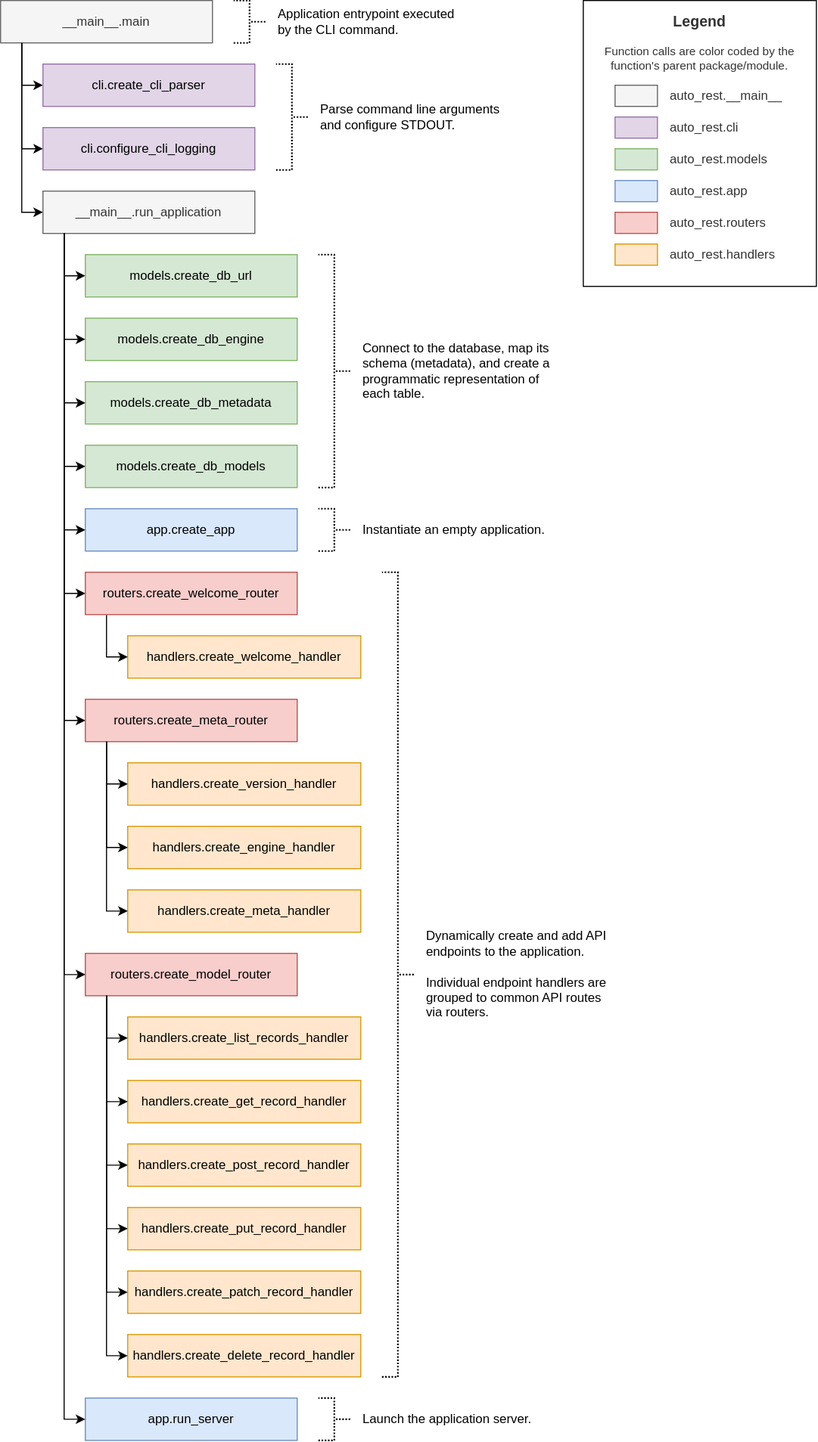
Before: docs/_static/img/architecture.svg, a diagram exported from draw.io (Better-HPC/auto-rest). Source tidied: cells renumbered, new cells last; positions are measured from the earlier drawing's top-left corner, leaving out a move shared by most shapes.
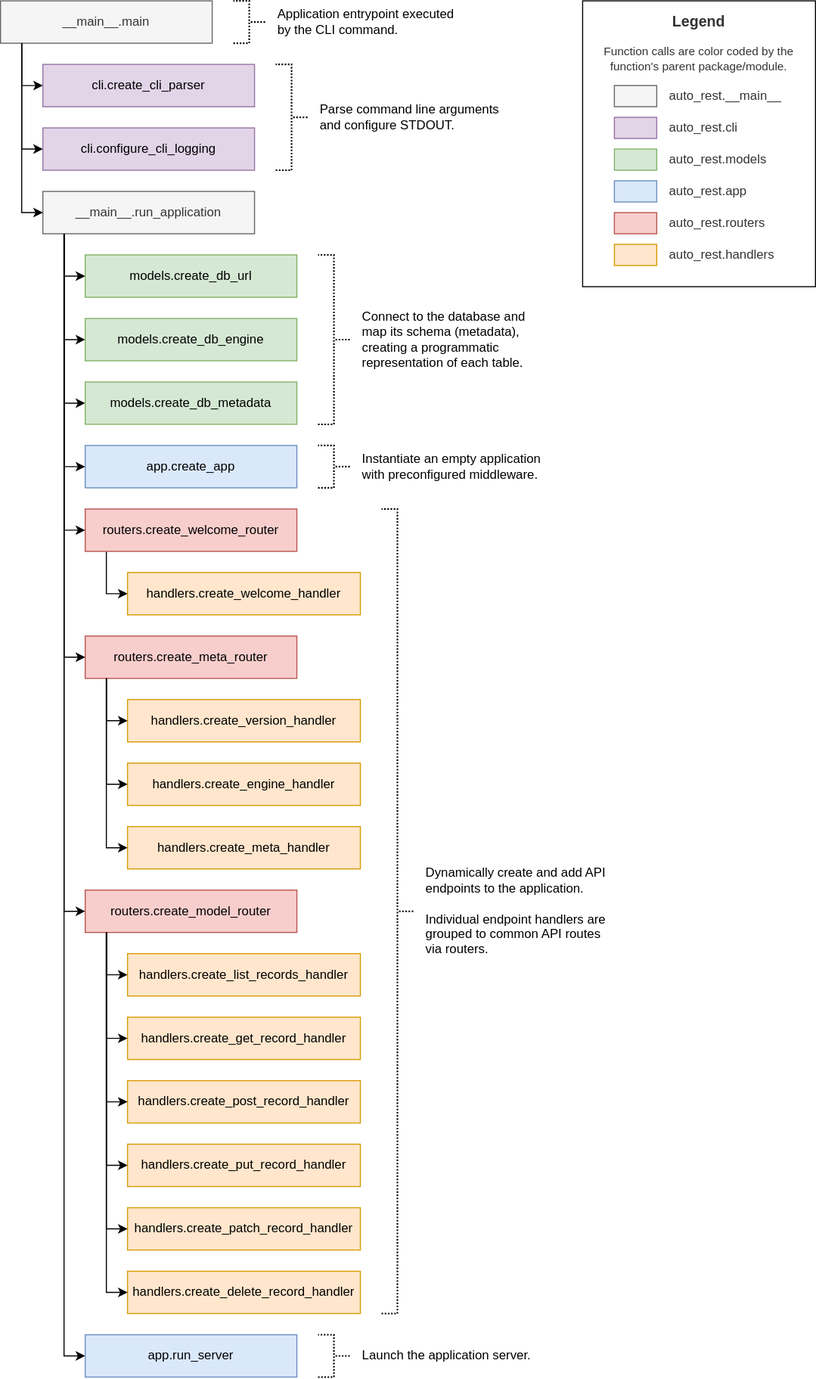
The same file after the commit.

Diff of the diagram source:
```diff
@@ -36,18 +36,12 @@
     <mxCell id="9" value="models.create_db_metadata" style="whiteSpace=wrap;html=1;rounded=0;fillColor=#d5e8d4;strokeColor=#82b366;" parent="1" vertex="1">
       <mxGeometry x="80" y="360" width="200" height="40" as="geometry" />
     </mxCell>
-    <mxCell id="10" value="models.create_db_models" style="whiteSpace=wrap;html=1;rounded=0;fillColor=#d5e8d4;strokeColor=#82b366;" parent="1" vertex="1">
-      <mxGeometry x="80" y="420" width="200" height="40" as="geometry" />
-    </mxCell>
     <mxCell id="11" style="edgeStyle=orthogonalEdgeStyle;rounded=0;jettySize=auto;html=1;entryX=0;entryY=0.5;entryDx=0;entryDy=0;exitX=0.1;exitY=1.001;exitDx=0;exitDy=0;exitPerimeter=0;" parent="1" edge="1" source="4" target="8">
       <mxGeometry relative="1" as="geometry" />
     </mxCell>
     <mxCell id="12" style="edgeStyle=orthogonalEdgeStyle;rounded=0;jettySize=auto;html=1;entryX=0;entryY=0.5;entryDx=0;entryDy=0;exitX=0.1;exitY=1.001;exitDx=0;exitDy=0;exitPerimeter=0;" parent="1" edge="1" source="4" target="9">
       <mxGeometry relative="1" as="geometry" />
     </mxCell>
-    <mxCell id="13" style="edgeStyle=orthogonalEdgeStyle;rounded=0;jettySize=auto;html=1;entryX=0;entryY=0.5;entryDx=0;entryDy=0;exitX=0.1;exitY=1.001;exitDx=0;exitDy=0;exitPerimeter=0;" parent="1" edge="1" source="4" target="10">
-      <mxGeometry relative="1" as="geometry" />
-    </mxCell>
     <mxCell id="14" value="models.create_db_url" style="whiteSpace=wrap;html=1;rounded=0;fillColor=#d5e8d4;strokeColor=#82b366;" parent="1" vertex="1">
       <mxGeometry x="80" y="240" width="200" height="40" as="geometry" />
     </mxCell>
@@ -55,16 +49,16 @@
       <mxGeometry relative="1" as="geometry" />
     </mxCell>
     <mxCell id="16" value="app.create_app" style="whiteSpace=wrap;html=1;rounded=0;fillColor=#dae8fc;strokeColor=#6c8ebf;" parent="1" vertex="1">
-      <mxGeometry x="80" y="480" width="200" height="40" as="geometry" />
+      <mxGeometry x="80" y="420" width="200" height="40" as="geometry" />
     </mxCell>
     <mxCell id="17" value="app.run_server" style="whiteSpace=wrap;html=1;rounded=0;fillColor=#dae8fc;strokeColor=#6c8ebf;" parent="1" vertex="1">
-      <mxGeometry x="80" y="1320" width="200" height="40" as="geometry" />
+      <mxGeometry x="80" y="1260" width="200" height="40" as="geometry" />
     </mxCell>
     <mxCell id="18" style="strokeWidth=1.5;html=1;shape=mxgraph.flowchart.annotation_2;align=left;labelPosition=right;rotation=-180;strokeColor=#000000;fontColor=#333333;dashed=1;dashPattern=1 1;" parent="1" vertex="1">
-      <mxGeometry x="300" y="240" width="30" height="220" as="geometry" />
+      <mxGeometry x="300" y="240" width="30" height="160" as="geometry" />
     </mxCell>
-    <mxCell id="19" value="Connect to the database, map its schema (metadata), and create a programmatic representation of each table." style="text;html=1;align=left;verticalAlign=middle;whiteSpace=wrap;rounded=0;fontColor=#000000;" parent="1" vertex="1">
-      <mxGeometry x="340" y="310" width="180" height="80" as="geometry" />
+    <mxCell id="19" value="Connect to the database and map its schema (metadata), creating a programmatic representation of each table." style="text;html=1;align=left;verticalAlign=middle;whiteSpace=wrap;rounded=0;fontColor=#000000;" parent="1" vertex="1">
+      <mxGeometry x="340" y="280" width="180" height="80" as="geometry" />
     </mxCell>
     <mxCell id="20" style="strokeWidth=1.5;html=1;shape=mxgraph.flowchart.annotation_2;align=left;labelPosition=right;rotation=-180;strokeColor=#000000;fontColor=#333333;dashed=1;dashPattern=1 1;" parent="1" vertex="1">
       <mxGeometry x="260" y="60" width="30" height="100" as="geometry" />
@@ -73,34 +67,34 @@
       <mxGeometry x="300" y="80" width="180" height="60" as="geometry" />
     </mxCell>
     <mxCell id="22" value="routers.create_welcome_router" style="whiteSpace=wrap;html=1;rounded=0;fillColor=#f8cecc;strokeColor=#b85450;" parent="1" vertex="1">
-      <mxGeometry x="80" y="540" width="200" height="40" as="geometry" />
+      <mxGeometry x="80" y="480" width="200" height="40" as="geometry" />
     </mxCell>
     <mxCell id="23" value="handlers.create_welcome_handler" style="whiteSpace=wrap;html=1;rounded=0;fillColor=#ffe6cc;strokeColor=#d79b00;" parent="1" vertex="1">
-      <mxGeometry x="120" y="600" width="220" height="40" as="geometry" />
+      <mxGeometry x="120" y="540" width="220" height="40" as="geometry" />
     </mxCell>
     <mxCell id="24" value="handlers.create_version_handler" style="whiteSpace=wrap;html=1;rounded=0;fillColor=#ffe6cc;strokeColor=#d79b00;" parent="1" vertex="1">
-      <mxGeometry x="120" y="720" width="220" height="40" as="geometry" />
+      <mxGeometry x="120" y="660" width="220" height="40" as="geometry" />
     </mxCell>
     <mxCell id="25" value="handlers.create_meta_handler" style="whiteSpace=wrap;html=1;rounded=0;fillColor=#ffe6cc;strokeColor=#d79b00;" parent="1" vertex="1">
-      <mxGeometry x="120" y="840" width="220" height="40" as="geometry" />
+      <mxGeometry x="120" y="780" width="220" height="40" as="geometry" />
     </mxCell>
     <mxCell id="26" value="handlers.create_put_record_handler" style="whiteSpace=wrap;html=1;rounded=0;fillColor=#ffe6cc;strokeColor=#d79b00;" parent="1" vertex="1">
-      <mxGeometry x="120" y="1140" width="220" height="40" as="geometry" />
+      <mxGeometry x="120" y="1080" width="220" height="40" as="geometry" />
     </mxCell>
     <mxCell id="27" value="handlers.create_list_records_handler" style="whiteSpace=wrap;html=1;rounded=0;fillColor=#ffe6cc;strokeColor=#d79b00;" parent="1" vertex="1">
-      <mxGeometry x="120" y="960" width="220" height="40" as="geometry" />
+      <mxGeometry x="120" y="900" width="220" height="40" as="geometry" />
     </mxCell>
     <mxCell id="28" value="handlers.create_get_record_handler" style="whiteSpace=wrap;html=1;rounded=0;fillColor=#ffe6cc;strokeColor=#d79b00;" parent="1" vertex="1">
-      <mxGeometry x="120" y="1020" width="220" height="40" as="geometry" />
+      <mxGeometry x="120" y="960" width="220" height="40" as="geometry" />
     </mxCell>
     <mxCell id="29" value="handlers.create_post_record_handler" style="whiteSpace=wrap;html=1;rounded=0;fillColor=#ffe6cc;strokeColor=#d79b00;" parent="1" vertex="1">
-      <mxGeometry x="120" y="1080" width="220" height="40" as="geometry" />
+      <mxGeometry x="120" y="1020" width="220" height="40" as="geometry" />
     </mxCell>
     <mxCell id="30" value="handlers.create_delete_record_handler" style="whiteSpace=wrap;html=1;rounded=0;fillColor=#ffe6cc;strokeColor=#d79b00;" parent="1" vertex="1">
-      <mxGeometry x="120" y="1260" width="220" height="40" as="geometry" />
+      <mxGeometry x="120" y="1200" width="220" height="40" as="geometry" />
     </mxCell>
     <mxCell id="31" value="handlers.create_patch_record_handler" style="whiteSpace=wrap;html=1;rounded=0;fillColor=#ffe6cc;strokeColor=#d79b00;" parent="1" vertex="1">
-      <mxGeometry x="120" y="1200" width="220" height="40" as="geometry" />
+      <mxGeometry x="120" y="1140" width="220" height="40" as="geometry" />
     </mxCell>
     <mxCell id="32" style="edgeStyle=orthogonalEdgeStyle;rounded=0;jettySize=auto;html=1;entryX=0;entryY=0.5;entryDx=0;entryDy=0;" parent="1" edge="1" target="5">
       <mxGeometry relative="1" as="geometry">
@@ -123,31 +117,31 @@
       <mxGeometry x="260" width="180" height="40" as="geometry" />
     </mxCell>
     <mxCell id="37" value="routers.create_model_router" style="whiteSpace=wrap;html=1;rounded=0;fillColor=#f8cecc;strokeColor=#b85450;" parent="1" vertex="1">
-      <mxGeometry x="80" y="900" width="200" height="40" as="geometry" />
+      <mxGeometry x="80" y="840" width="200" height="40" as="geometry" />
     </mxCell>
     <mxCell id="38" value="routers.create_meta_router" style="whiteSpace=wrap;html=1;rounded=0;fillColor=#f8cecc;strokeColor=#b85450;" parent="1" vertex="1">
-      <mxGeometry x="80" y="660" width="200" height="40" as="geometry" />
+      <mxGeometry x="80" y="600" width="200" height="40" as="geometry" />
     </mxCell>
     <mxCell id="39" value="handlers.create_engine_handler" style="whiteSpace=wrap;html=1;rounded=0;fillColor=#ffe6cc;strokeColor=#d79b00;" parent="1" vertex="1">
-      <mxGeometry x="120" y="780" width="220" height="40" as="geometry" />
+      <mxGeometry x="120" y="720" width="220" height="40" as="geometry" />
     </mxCell>
     <mxCell id="40" style="strokeWidth=1.5;html=1;shape=mxgraph.flowchart.annotation_2;align=left;labelPosition=right;rotation=-180;strokeColor=#000000;fontColor=#333333;dashed=1;dashPattern=1 1;" parent="1" vertex="1">
-      <mxGeometry x="300" y="480" width="30" height="40" as="geometry" />
+      <mxGeometry x="300" y="420" width="30" height="40" as="geometry" />
     </mxCell>
-    <mxCell id="41" value="Instantiate an empty application." style="text;html=1;align=left;verticalAlign=middle;whiteSpace=wrap;rounded=0;fontColor=#000000;" parent="1" vertex="1">
-      <mxGeometry x="340" y="480" width="180" height="40" as="geometry" />
+    <mxCell id="41" value="&lt;div&gt;Instantiate an empty application&lt;/div&gt;&lt;div&gt;with preconfigured middleware.&lt;br&gt;&lt;/div&gt;" style="text;html=1;align=left;verticalAlign=middle;whiteSpace=wrap;rounded=0;fontColor=#000000;" parent="1" vertex="1">
+      <mxGeometry x="340" y="420" width="180" height="40" as="geometry" />
     </mxCell>
     <mxCell id="42" style="strokeWidth=1.5;html=1;shape=mxgraph.flowchart.annotation_2;align=left;labelPosition=right;rotation=-180;strokeColor=light-dark(#000000, #ededed);fontColor=#000000;dashed=1;dashPattern=1 1;" parent="1" vertex="1">
-      <mxGeometry x="360" y="540" width="30" height="760" as="geometry" />
+      <mxGeometry x="360" y="480" width="30" height="760" as="geometry" />
     </mxCell>
     <mxCell id="43" value="Dynamically create and add API endpoints to the application.&lt;br&gt;&lt;br&gt;Individual endpoint handlers are grouped to common API routes via routers." style="text;html=1;align=left;verticalAlign=middle;whiteSpace=wrap;rounded=0;fontColor=#000000;" parent="1" vertex="1">
-      <mxGeometry x="400" y="890" width="180" height="60" as="geometry" />
+      <mxGeometry x="400" y="830" width="180" height="60" as="geometry" />
     </mxCell>
     <mxCell id="44" style="strokeWidth=1.5;html=1;shape=mxgraph.flowchart.annotation_2;align=left;labelPosition=right;rotation=-180;strokeColor=#000000;fontColor=#333333;dashed=1;dashPattern=1 1;" parent="1" vertex="1">
-      <mxGeometry x="300" y="1320" width="30" height="40" as="geometry" />
+      <mxGeometry x="300" y="1260" width="30" height="40" as="geometry" />
     </mxCell>
     <mxCell id="45" value="Launch the application server." style="text;html=1;align=left;verticalAlign=middle;whiteSpace=wrap;rounded=0;fontColor=#000000;" parent="1" vertex="1">
-      <mxGeometry x="340" y="1320" width="180" height="40" as="geometry" />
+      <mxGeometry x="340" y="1260" width="180" height="40" as="geometry" />
     </mxCell>
     <mxCell id="46" style="rounded=0;whiteSpace=wrap;html=1;" parent="1" vertex="1">
       <mxGeometry x="550" width="220" height="270" as="geometry" />
@@ -198,47 +192,47 @@
       <mxGeometry relative="1" as="geometry">
         <mxPoint x="60" y="220" as="sourcePoint" />
         <Array as="points">
-          <mxPoint x="60" y="500" />
+          <mxPoint x="60" y="440" />
         </Array>
       </mxGeometry>
     </mxCell>
     <mxCell id="62" style="edgeStyle=orthogonalEdgeStyle;rounded=0;jettySize=auto;html=1;entryX=0;entryY=0.5;entryDx=0;entryDy=0;" parent="1" edge="1" target="28">
       <mxGeometry relative="1" as="geometry">
-        <mxPoint x="100" y="940" as="sourcePoint" />
+        <mxPoint x="100" y="880" as="sourcePoint" />
         <Array as="points">
-          <mxPoint x="100" y="1040" />
+          <mxPoint x="100" y="980" />
         </Array>
       </mxGeometry>
     </mxCell>
     <mxCell id="63" style="edgeStyle=orthogonalEdgeStyle;rounded=0;jettySize=auto;html=1;entryX=0;entryY=0.5;entryDx=0;entryDy=0;" parent="1" edge="1" target="29">
       <mxGeometry relative="1" as="geometry">
-        <mxPoint x="100" y="940" as="sourcePoint" />
+        <mxPoint x="100" y="880" as="sourcePoint" />
         <Array as="points">
-          <mxPoint x="100" y="1100" />
+          <mxPoint x="100" y="1040" />
         </Array>
       </mxGeometry>
     </mxCell>
     <mxCell id="64" style="edgeStyle=orthogonalEdgeStyle;rounded=0;jettySize=auto;html=1;entryX=0;entryY=0.5;entryDx=0;entryDy=0;" parent="1" edge="1" target="26">
       <mxGeometry relative="1" as="geometry">
-        <mxPoint x="100" y="940" as="sourcePoint" />
+        <mxPoint x="100" y="880" as="sourcePoint" />
         <Array as="points">
-          <mxPoint x="100" y="1160" />
+          <mxPoint x="100" y="1100" />
         </Array>
       </mxGeometry>
     </mxCell>
     <mxCell id="65" style="edgeStyle=orthogonalEdgeStyle;rounded=0;jettySize=auto;html=1;entryX=0;entryY=0.5;entryDx=0;entryDy=0;" parent="1" edge="1" target="31">
       <mxGeometry relative="1" as="geometry">
-        <mxPoint x="100" y="940" as="sourcePoint" />
+        <mxPoint x="100" y="880" as="sourcePoint" />
         <Array as="points">
-          <mxPoint x="100" y="1220" />
+          <mxPoint x="100" y="1160" />
         </Array>
       </mxGeometry>
     </mxCell>
     <mxCell id="66" style="edgeStyle=orthogonalEdgeStyle;rounded=0;jettySize=auto;html=1;entryX=0;entryY=0.5;entryDx=0;entryDy=0;" parent="1" edge="1" target="30">
       <mxGeometry relative="1" as="geometry">
-        <mxPoint x="100" y="940" as="sourcePoint" />
+        <mxPoint x="100" y="880" as="sourcePoint" />
         <Array as="points">
-          <mxPoint x="100" y="1280" />
+          <mxPoint x="100" y="1220" />
         </Array>
       </mxGeometry>
     </mxCell>
@@ -246,7 +240,7 @@
       <mxGeometry relative="1" as="geometry">
         <mxPoint x="60" y="220" as="sourcePoint" />
         <Array as="points">
-          <mxPoint x="60" y="680" />
+          <mxPoint x="60" y="620" />
         </Array>
       </mxGeometry>
     </mxCell>
@@ -254,7 +248,7 @@
       <mxGeometry relative="1" as="geometry">
         <mxPoint x="60" y="220" as="sourcePoint" />
         <Array as="points">
-          <mxPoint x="60" y="920" />
+          <mxPoint x="60" y="860" />
         </Array>
       </mxGeometry>
     </mxCell>
@@ -272,25 +266,25 @@
     </mxCell>
     <mxCell id="71" style="edgeStyle=orthogonalEdgeStyle;rounded=0;jettySize=auto;html=1;entryX=0;entryY=0.5;entryDx=0;entryDy=0;" parent="1" edge="1" target="25">
       <mxGeometry relative="1" as="geometry">
-        <mxPoint x="100" y="700" as="sourcePoint" />
+        <mxPoint x="100" y="640" as="sourcePoint" />
         <Array as="points">
-          <mxPoint x="100" y="860" />
+          <mxPoint x="100" y="800" />
         </Array>
       </mxGeometry>
     </mxCell>
     <mxCell id="72" style="edgeStyle=orthogonalEdgeStyle;rounded=0;jettySize=auto;html=1;entryX=0;entryY=0.5;entryDx=0;entryDy=0;" parent="1" edge="1" target="39">
       <mxGeometry relative="1" as="geometry">
-        <mxPoint x="100" y="700" as="sourcePoint" />
+        <mxPoint x="100" y="640" as="sourcePoint" />
         <Array as="points">
-          <mxPoint x="100" y="800" />
+          <mxPoint x="100" y="740" />
         </Array>
       </mxGeometry>
     </mxCell>
     <mxCell id="73" style="edgeStyle=orthogonalEdgeStyle;rounded=0;jettySize=auto;html=1;entryX=0;entryY=0.5;entryDx=0;entryDy=0;" parent="1" edge="1" target="24">
       <mxGeometry relative="1" as="geometry">
-        <mxPoint x="100" y="700" as="sourcePoint" />
+        <mxPoint x="100" y="640" as="sourcePoint" />
         <Array as="points">
-          <mxPoint x="100" y="740" />
+          <mxPoint x="100" y="680" />
         </Array>
       </mxGeometry>
     </mxCell>
```
